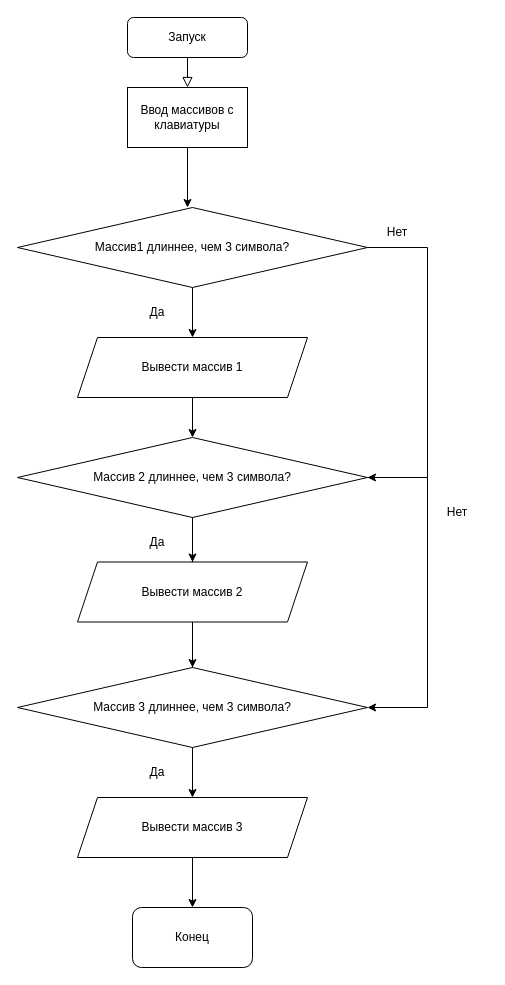
Before: Диаграмма без названия.drawio in M3Z9/final_test, a draw.io diagram. Source tidied: cells renumbered, new cells numbered last; positions are measured from the earlier drawing's top-left corner, leaving out a move shared by most shapes. Both pictures are drawn from the tidied source at 100%, with x=0, y=0 at pixel (17, 17).
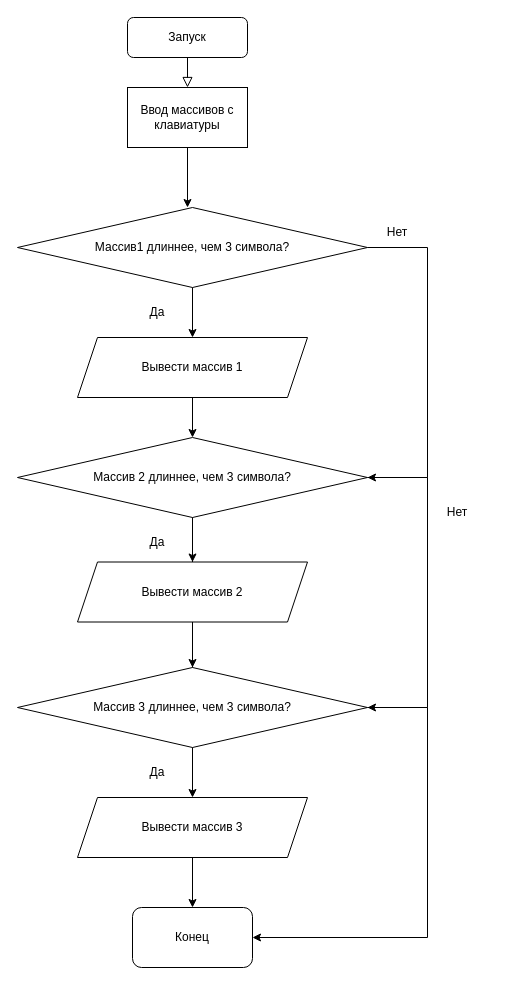
After the change.

Unchanged cells that the change refers to:
```xml
<mxCell id="24" value="Конец" style="rounded=1;whiteSpace=wrap;html=1;" parent="1" vertex="1">
  <mxGeometry x="115" y="890" width="120" height="60" as="geometry" />
</mxCell>
```

Diff of the diagram source:
```diff
@@
+    <mxCell id="26" style="endArrow=classic;html=1;rounded=0;exitX=1;exitY=0.5;exitDx=0;exitDy=0;entryX=1;entryY=0.5;entryDx=0;entryDy=0;" parent="1" edge="1" target="24">
+      <mxGeometry relative="1" as="geometry">
+        <mxPoint x="350" y="690" as="sourcePoint" />
+        <Array as="points">
+          <mxPoint x="410" y="690" />
+          <mxPoint x="410" y="920" />
+        </Array>
+      </mxGeometry>
+    </mxCell>
```
